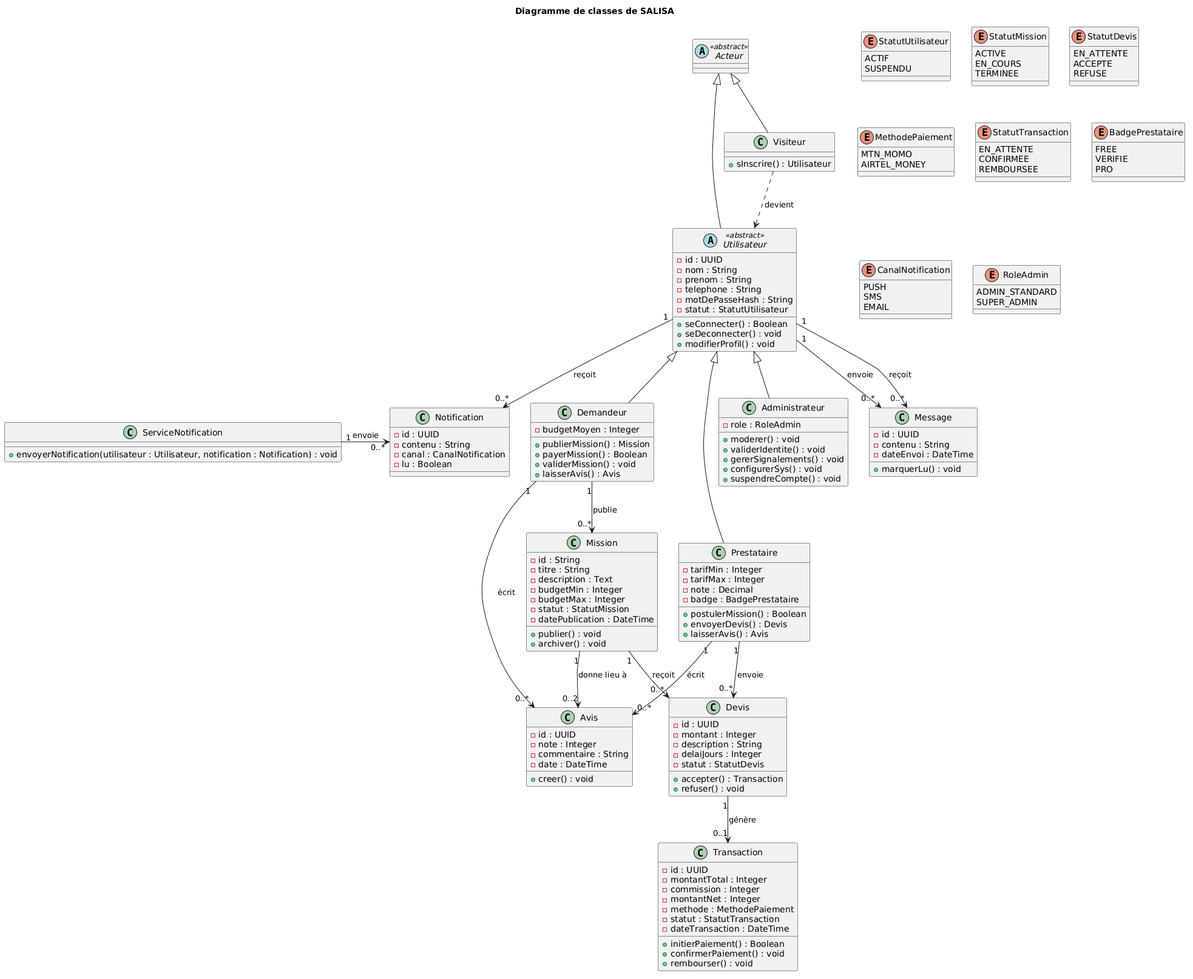
Before: images/diagramme_classes.png, a diagram exported from PlantUML (KazeHolloway/Projet_LaTex).
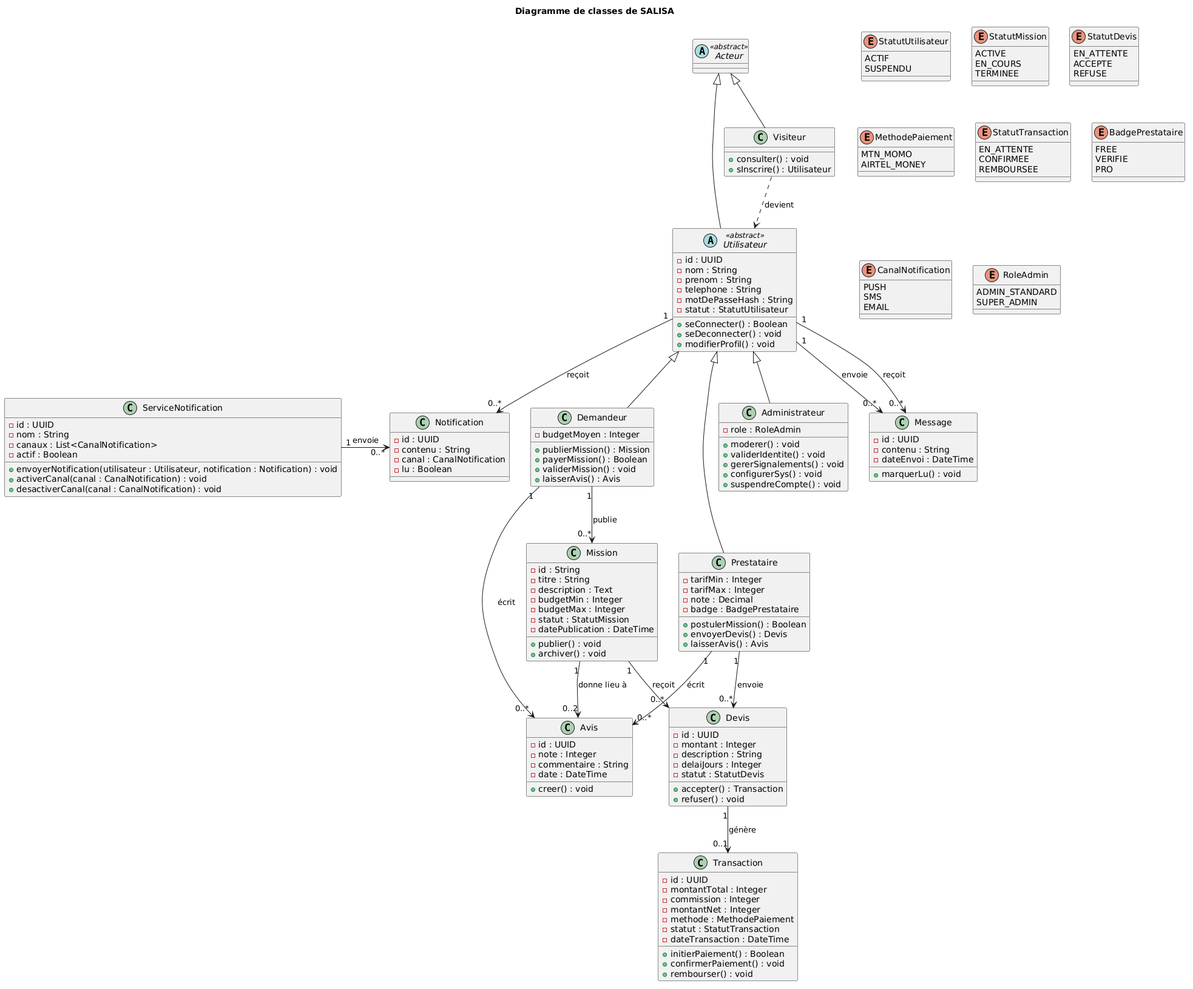
Later version of the same file.

Diff of the diagram source:
```diff
@@ -49,6 +49,7 @@
 abstract class Acteur <<abstract>>
 
 class Visiteur {
+  + consulter() : void
   + sInscrire() : Utilisateur
 }
 
@@ -159,7 +160,14 @@
 
 
 class ServiceNotification {
+  - id : UUID
+  - nom : String
+  - canaux : List<CanalNotification>
+  - actif : Boolean
+
   + envoyerNotification(utilisateur : Utilisateur, notification : Notification) : void
+  + activerCanal(canal : CanalNotification) : void
+  + desactiverCanal(canal : CanalNotification) : void
 }
 
 class Notification {
```
